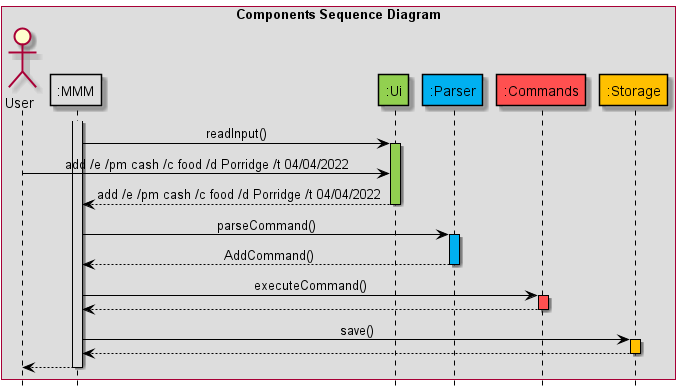
Before: docs/images/ComponentsSequenceDiagram.png, a diagram exported from PlantUML (nus-cs2113-AY2122S2/tp).
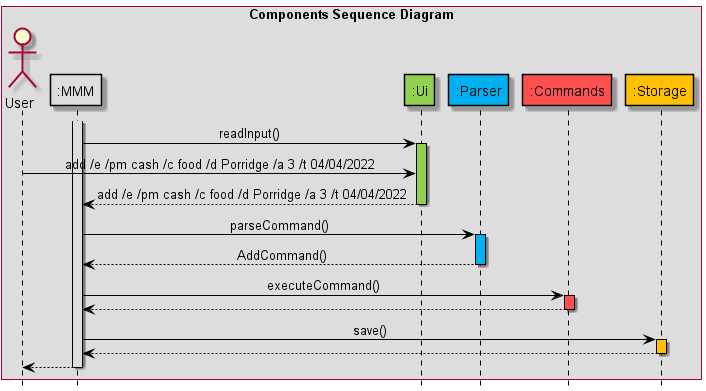
Later version of the same file.

Change to the diagram source:
```diff
@@ -22,8 +22,8 @@
 activate MMM MMM_COLOUR
 MMM -> Ui: readInput()
 activate Ui UI_COLOUR
-User -> Ui: add /e /pm cash /c food /d Porridge /t 04/04/2022
-Ui --> MMM: add /e /pm cash /c food /d Porridge /t 04/04/2022
+User -> Ui: add /e /pm cash /c food /d Porridge /a 3 /t 04/04/2022
+Ui --> MMM: add /e /pm cash /c food /d Porridge /a 3 /t 04/04/2022
 deactivate Ui
 
 MMM -> Parser: parseCommand()
```
